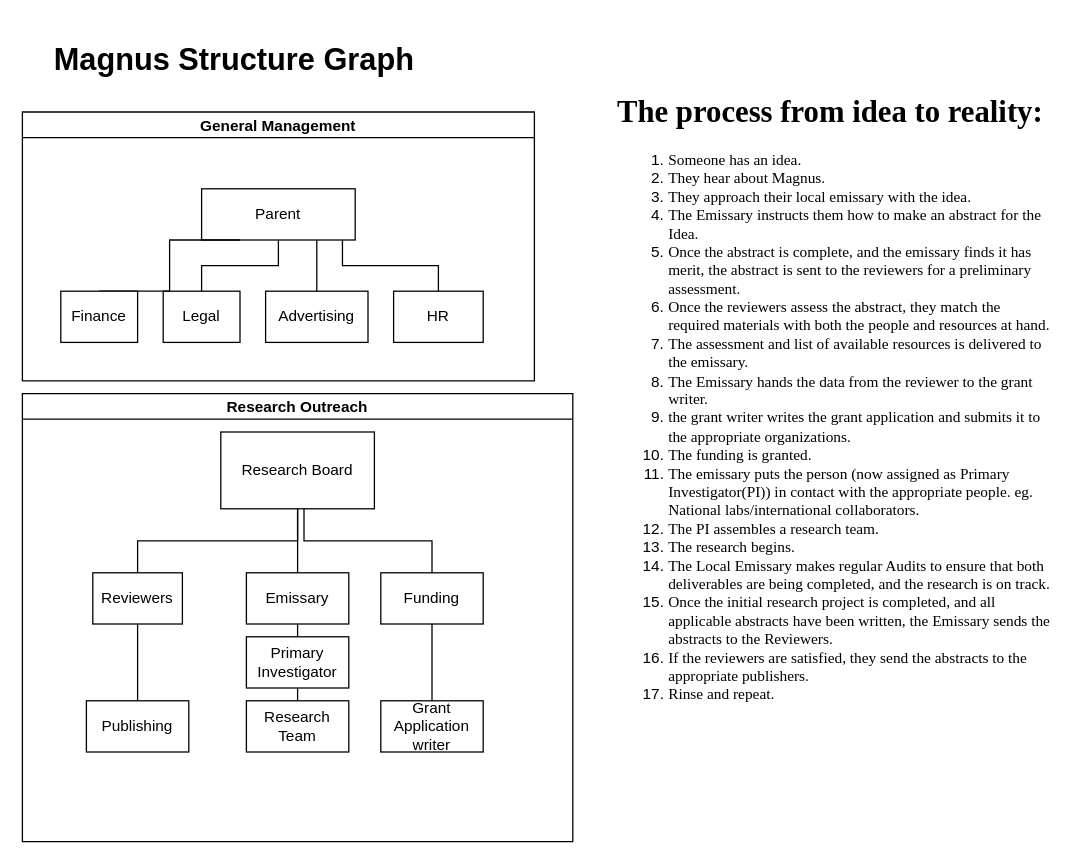
This is Untitled Diagram.drawio from CallMeISHMAEL8854/ENGR-3560, a draw.io file, before an edit. Source tidied: cells renumbered, new cells numbered last; positions are measured from the earlier drawing's top-left corner, leaving out a move shared by most shapes. Both pictures are drawn from the tidied source at 128%, with x=0, y=0 at pixel (22, 35).
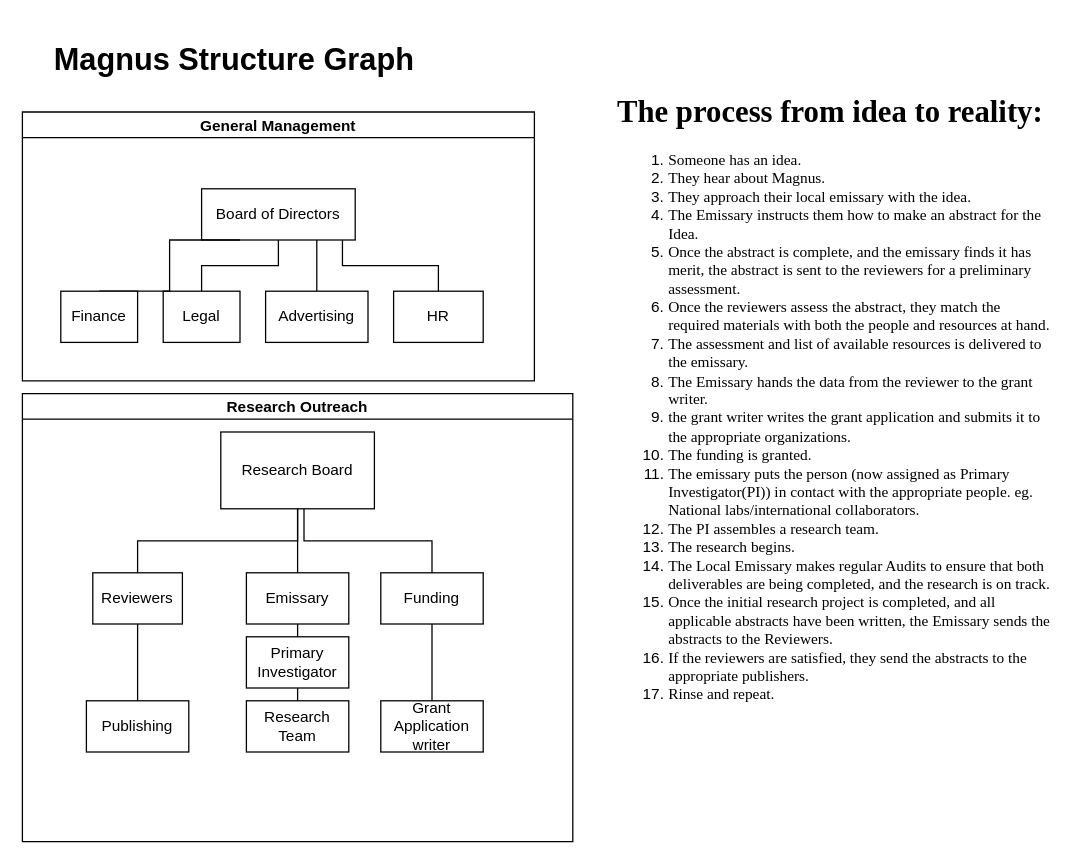
The same diagram, later.

Unchanged cells that the change refers to:
```xml
<mxCell id="3" value="General Management" style="swimlane;startSize=20;horizontal=1;containerType=tree;" parent="1" vertex="1">
  <mxGeometry y="60" width="400" height="210" as="geometry" />
</mxCell>
```

Change to the diagram source:
```diff
@@
-    <mxCell id="5" value="Parent" style="whiteSpace=wrap;html=1;newEdgeStyle={&quot;edgeStyle&quot;:&quot;elbowEdgeStyle&quot;,&quot;startArrow&quot;:&quot;none&quot;,&quot;endArrow&quot;:&quot;none&quot;};" parent="3" vertex="1">
+    <mxCell id="5" value="Board of Directors" style="whiteSpace=wrap;html=1;newEdgeStyle={&quot;edgeStyle&quot;:&quot;elbowEdgeStyle&quot;,&quot;startArrow&quot;:&quot;none&quot;,&quot;endArrow&quot;:&quot;none&quot;};" parent="3" vertex="1">
       <mxGeometry x="140" y="60" width="120" height="40" as="geometry" />
     </mxCell>
```
